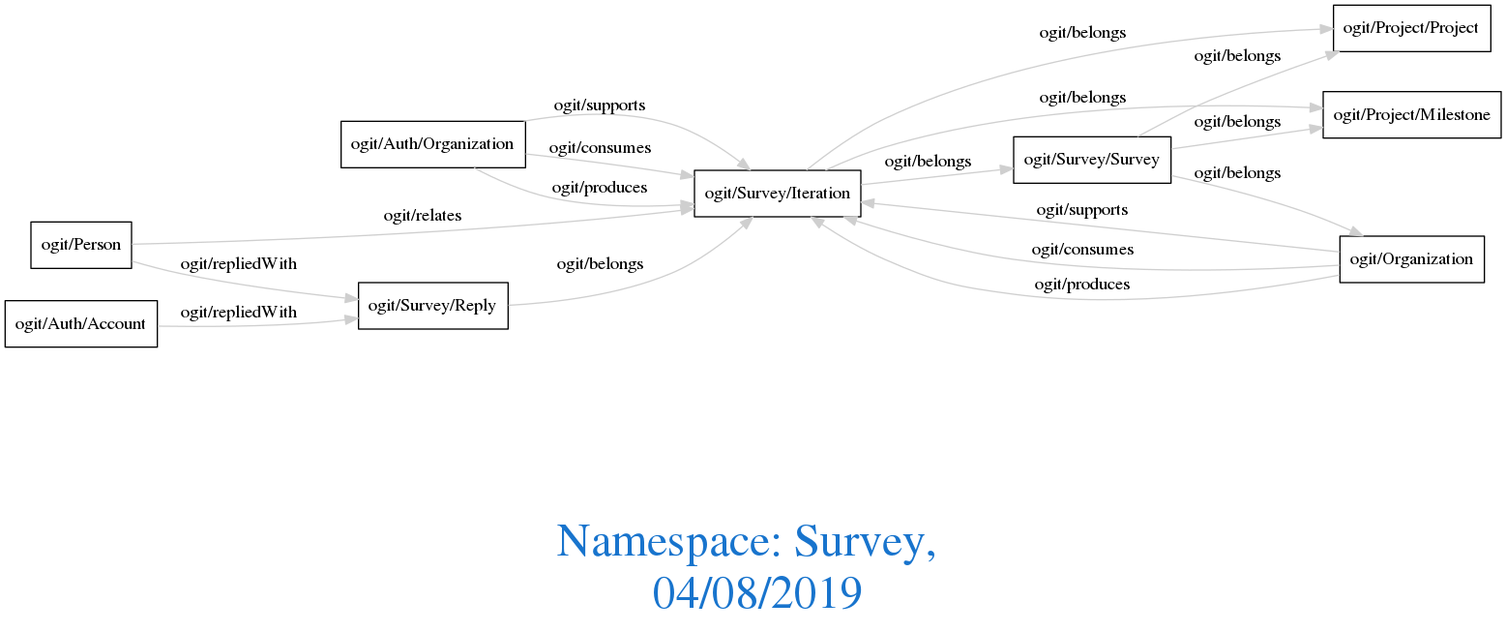
This is downloads/Survey.png from arago/OGIT, a Graphviz export, as it was before one commit. Its source is kept beside it as downloads/Survey.dot. Its diagram source:
```dot
digraph OGIT_ontology {
 graph [ rankdir= LR,fontsize = 36,
fontcolor= dodgerblue3,label = "\n\n\nNamespace: Survey, \n 04/08/2019"];
node[shape=polygon];
edge [  color="gray81"];

   "ogit/Auth/Organization" -> "ogit/Survey/Iteration" [label="ogit/supports    "];
   "ogit/Organization" -> "ogit/Survey/Iteration" [label="ogit/supports    "];
   "ogit/Auth/Organization" -> "ogit/Survey/Iteration" [label="ogit/consumes    "];
   "ogit/Organization" -> "ogit/Survey/Iteration" [label="ogit/consumes    "];
   "ogit/Auth/Organization" -> "ogit/Survey/Iteration" [label="ogit/produces    "];
   "ogit/Organization" -> "ogit/Survey/Iteration" [label="ogit/produces    "];
   "ogit/Survey/Iteration" -> "ogit/Project/Milestone" [label="ogit/belongs    "];
   "ogit/Survey/Iteration" -> "ogit/Project/Project" [label="ogit/belongs    "];
   "ogit/Survey/Iteration" -> "ogit/Survey/Survey" [label="ogit/belongs    "];
   "ogit/Survey/Reply" -> "ogit/Survey/Iteration" [label="ogit/belongs    "];
   "ogit/Survey/Survey" -> "ogit/Organization" [label="ogit/belongs    "];
   "ogit/Survey/Survey" -> "ogit/Project/Milestone" [label="ogit/belongs    "];
   "ogit/Survey/Survey" -> "ogit/Project/Project" [label="ogit/belongs    "];
   "ogit/Auth/Account" -> "ogit/Survey/Reply" [label="ogit/repliedWith    "];
   "ogit/Person" -> "ogit/Survey/Reply" [label="ogit/repliedWith    "];
   "ogit/Person" -> "ogit/Survey/Iteration" [label="ogit/relates    "];
}
```
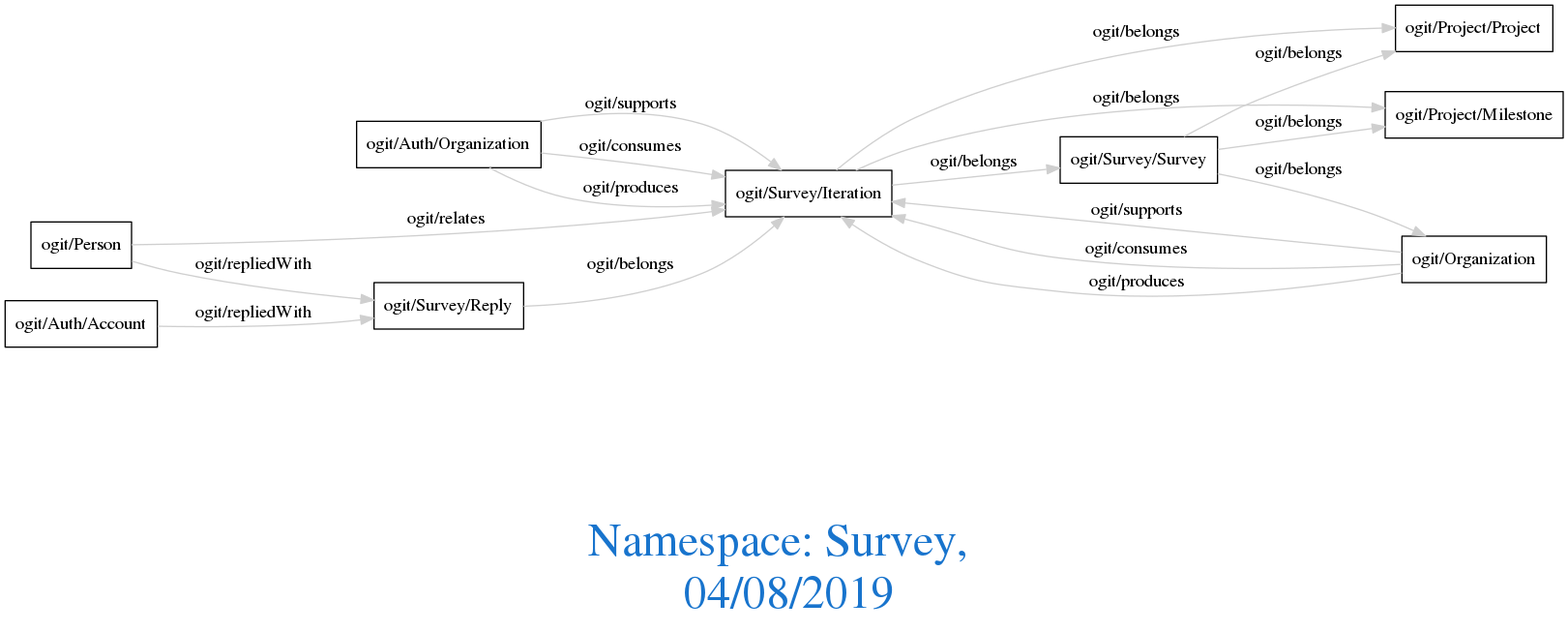
The same file after the commit.

Change to the diagram source:
```diff
@@ -1,23 +1,24 @@
 digraph OGIT_ontology {
- graph [ rankdir= LR,fontsize = 36,
+ graph [ rankdir= LR,compound=true
+fontsize = 36,
 fontcolor= dodgerblue3,label = "\n\n\nNamespace: Survey, \n 04/08/2019"];
 node[shape=polygon];
 edge [  color="gray81"];
 
-   "ogit/Auth/Organization" -> "ogit/Survey/Iteration" [label="ogit/supports    "];
-   "ogit/Organization" -> "ogit/Survey/Iteration" [label="ogit/supports    "];
-   "ogit/Auth/Organization" -> "ogit/Survey/Iteration" [label="ogit/consumes    "];
-   "ogit/Organization" -> "ogit/Survey/Iteration" [label="ogit/consumes    "];
-   "ogit/Auth/Organization" -> "ogit/Survey/Iteration" [label="ogit/produces    "];
-   "ogit/Organization" -> "ogit/Survey/Iteration" [label="ogit/produces    "];
-   "ogit/Survey/Iteration" -> "ogit/Project/Milestone" [label="ogit/belongs    "];
-   "ogit/Survey/Iteration" -> "ogit/Project/Project" [label="ogit/belongs    "];
-   "ogit/Survey/Iteration" -> "ogit/Survey/Survey" [label="ogit/belongs    "];
-   "ogit/Survey/Reply" -> "ogit/Survey/Iteration" [label="ogit/belongs    "];
-   "ogit/Survey/Survey" -> "ogit/Organization" [label="ogit/belongs    "];
-   "ogit/Survey/Survey" -> "ogit/Project/Milestone" [label="ogit/belongs    "];
-   "ogit/Survey/Survey" -> "ogit/Project/Project" [label="ogit/belongs    "];
-   "ogit/Auth/Account" -> "ogit/Survey/Reply" [label="ogit/repliedWith    "];
-   "ogit/Person" -> "ogit/Survey/Reply" [label="ogit/repliedWith    "];
-   "ogit/Person" -> "ogit/Survey/Iteration" [label="ogit/relates    "];
+   "ogit/Auth/Organization" -> "ogit/Survey/Iteration" [label="   ogit/supports    "];
+   "ogit/Organization" -> "ogit/Survey/Iteration" [label="   ogit/supports    "];
+   "ogit/Auth/Organization" -> "ogit/Survey/Iteration" [label="   ogit/consumes    "];
+   "ogit/Organization" -> "ogit/Survey/Iteration" [label="   ogit/consumes    "];
+   "ogit/Auth/Organization" -> "ogit/Survey/Iteration" [label="   ogit/produces    "];
+   "ogit/Organization" -> "ogit/Survey/Iteration" [label="   ogit/produces    "];
+   "ogit/Survey/Iteration" -> "ogit/Project/Milestone" [label="   ogit/belongs    "];
+   "ogit/Survey/Iteration" -> "ogit/Project/Project" [label="   ogit/belongs    "];
+   "ogit/Survey/Iteration" -> "ogit/Survey/Survey" [label="   ogit/belongs    "];
+   "ogit/Survey/Reply" -> "ogit/Survey/Iteration" [label="   ogit/belongs    "];
+   "ogit/Survey/Survey" -> "ogit/Organization" [label="   ogit/belongs    "];
+   "ogit/Survey/Survey" -> "ogit/Project/Milestone" [label="   ogit/belongs    "];
+   "ogit/Survey/Survey" -> "ogit/Project/Project" [label="   ogit/belongs    "];
+   "ogit/Auth/Account" -> "ogit/Survey/Reply" [label="   ogit/repliedWith    "];
+   "ogit/Person" -> "ogit/Survey/Reply" [label="   ogit/repliedWith    "];
+   "ogit/Person" -> "ogit/Survey/Iteration" [label="   ogit/relates    "];
 }
```
